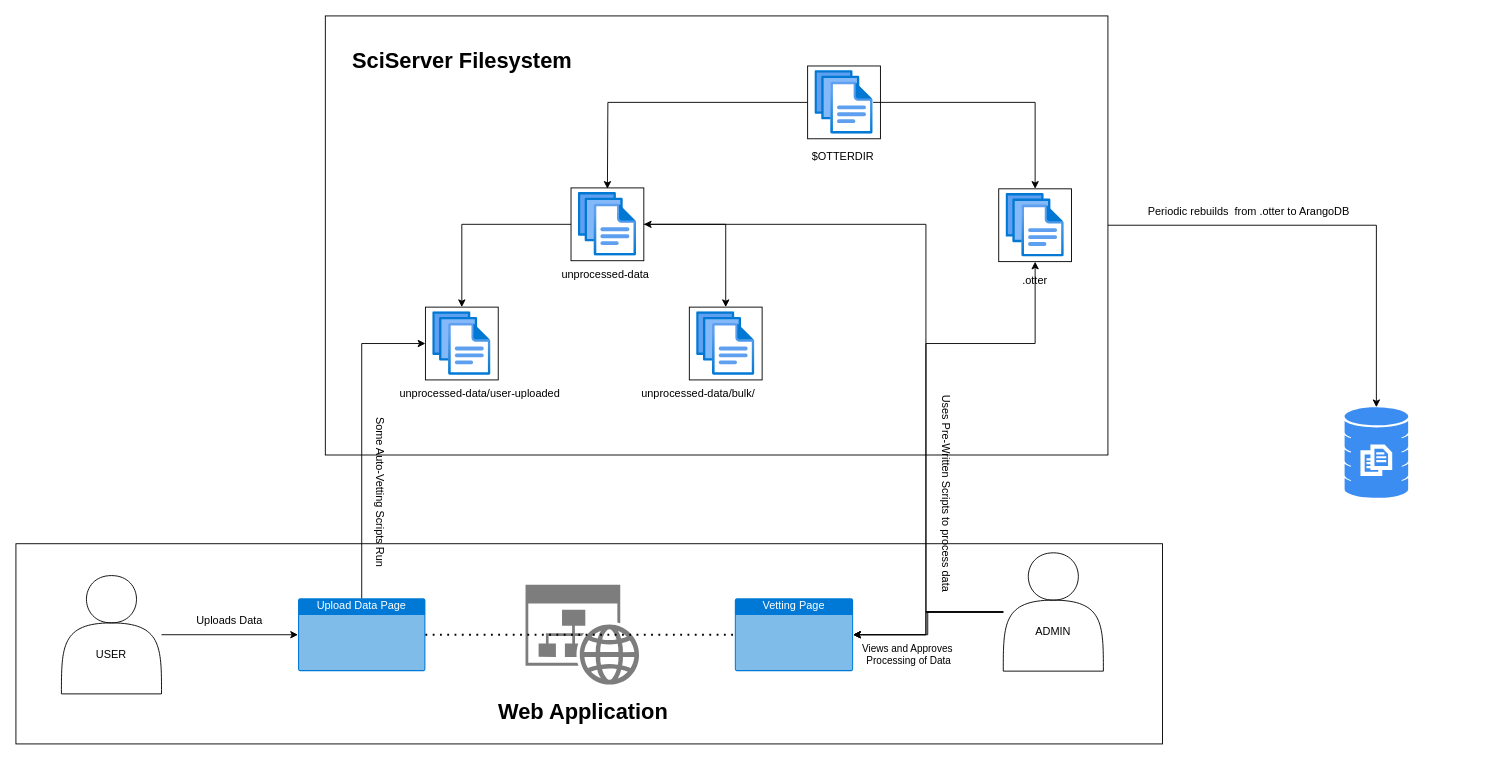
astro-otter/otter_schema keeps this draw.io diagram as data-life-cycle.drawio. Above is the earlier version. Source tidied: cells renumbered, new cells numbered last; positions are measured from the earlier drawing's top-left corner, leaving out a move shared by most shapes. Both pictures are drawn from the tidied source at 91%, with x=0, y=0 at pixel (15, 15).
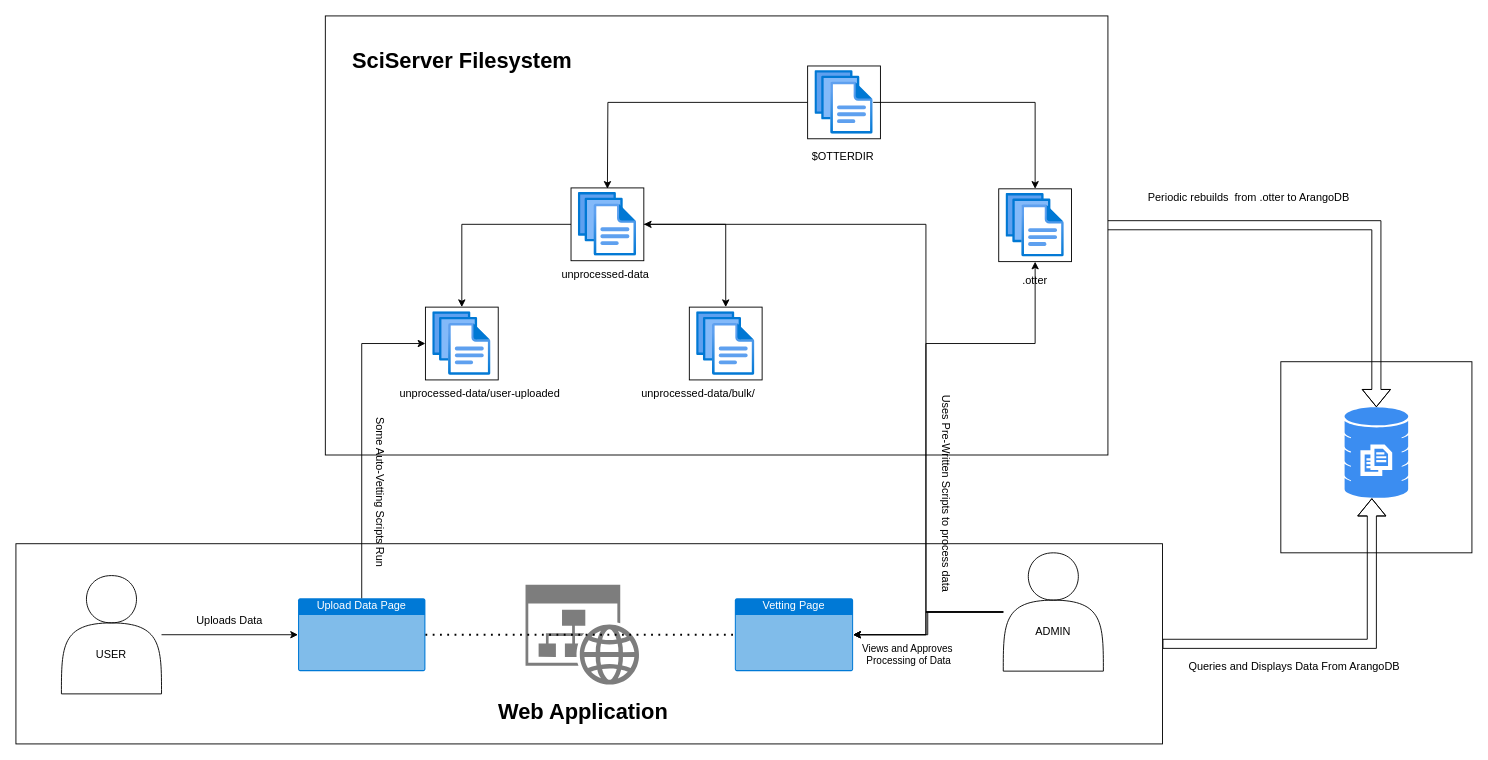
The same diagram, later.

Commit message:
make a little prettier data-life-cycle.drawio

Unchanged cells that the change refers to:
```xml
<mxCell id="2" style="rounded=0;whiteSpace=wrap;html=1;fillColor=light-dark(#FFFFFF,#660066);" parent="1" vertex="1">
  <mxGeometry y="580" width="1260" height="220" as="geometry" />
</mxCell>
<mxCell id="3" style="sketch=0;html=1;strokeColor=none;shadow=0;fillColor=#3B8DF1;verticalAlign=top;labelPosition=center;verticalLabelPosition=bottom;shape=mxgraph.gcp2.database_3;" parent="1" vertex="1">
  <mxGeometry x="1460" y="430" width="70" height="100" as="geometry" />
</mxCell>
<mxCell id="28" style="image;html=1;points=[];align=center;fontSize=12;image=img/lib/azure2/general/Files.svg;" parent="13" vertex="1">
  <mxGeometry x="748" y="195" width="64" height="70" as="geometry" />
</mxCell>
```

Diff of the diagram source:
```diff
@@
+    <mxCell id="47" style="whiteSpace=wrap;html=1;" parent="1" vertex="1">
+      <mxGeometry x="1390" y="380" width="210" height="210" as="geometry" />
+    </mxCell>
+    <mxCell id="48" style="edgeStyle=orthogonalEdgeStyle;rounded=0;jettySize=auto;html=1;entryX=0.429;entryY=1;entryDx=0;entryDy=0;entryPerimeter=0;shape=flexArrow;" parent="1" edge="1" source="2" target="3">
+      <mxGeometry relative="1" as="geometry" />
+    </mxCell>
@@
-    <mxCell id="5" style="edgeStyle=orthogonalEdgeStyle;rounded=0;jettySize=auto;html=1;" parent="1" edge="1" source="28" target="3">
+    <mxCell id="5" style="edgeStyle=orthogonalEdgeStyle;rounded=0;jettySize=auto;html=1;shape=flexArrow;" parent="1" edge="1" source="28" target="3">
       <mxGeometry relative="1" as="geometry" />
     </mxCell>
-    <mxCell id="6" value="Periodic rebuilds&amp;nbsp; from .otter to ArangoDB" style="text;html=1;align=center;verticalAlign=middle;whiteSpace=wrap;rounded=0;rotation=0;" parent="1" vertex="1">
-      <mxGeometry x="1220" y="180" width="270" height="70" as="geometry" />
+    <mxCell id="6" value="Periodic rebuilds&amp;nbsp; from .otter to ArangoDB" style="text;html=1;align=center;verticalAlign=middle;whiteSpace=wrap;rounded=0;rotation=0;fillColor=light-dark(transparent,#000000);" parent="1" vertex="1">
+      <mxGeometry x="1220" y="180" width="270" height="40" as="geometry" />
     </mxCell>
@@
+    <mxCell id="49" value="Queries and Displays Data From ArangoDB" style="text;html=1;align=center;verticalAlign=middle;whiteSpace=wrap;rounded=0;rotation=0;fillColor=light-dark(transparent,#000000);" parent="1" vertex="1">
+      <mxGeometry x="1270" y="695" width="270" height="40" as="geometry" />
+    </mxCell>
```
